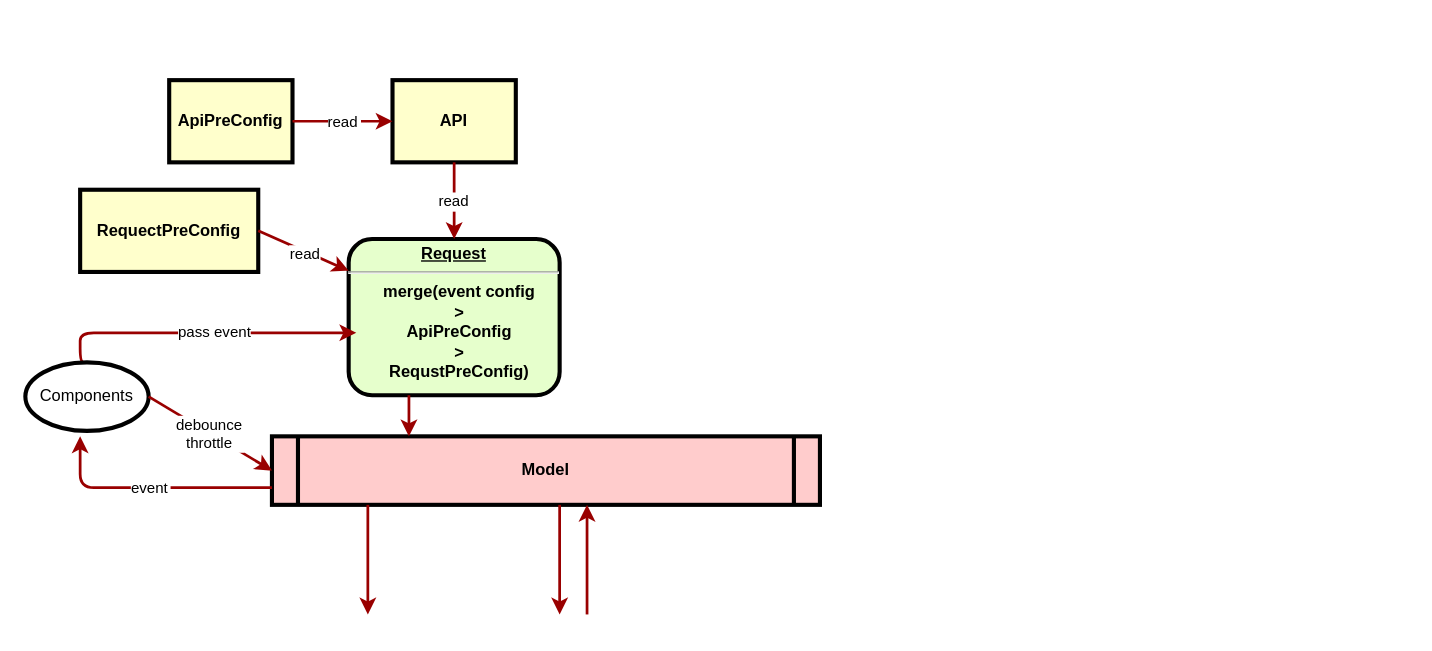
The draw.io diagram 脚手架设计图.drawio in zonewancheng/diagrames, before the edit. Source tidied: cells renumbered, new cells numbered last; positions are measured from the earlier drawing's top-left corner, leaving out a move shared by most shapes. Both pictures are drawn from the tidied source at 137%, with x=0, y=0 at pixel (11, 79).
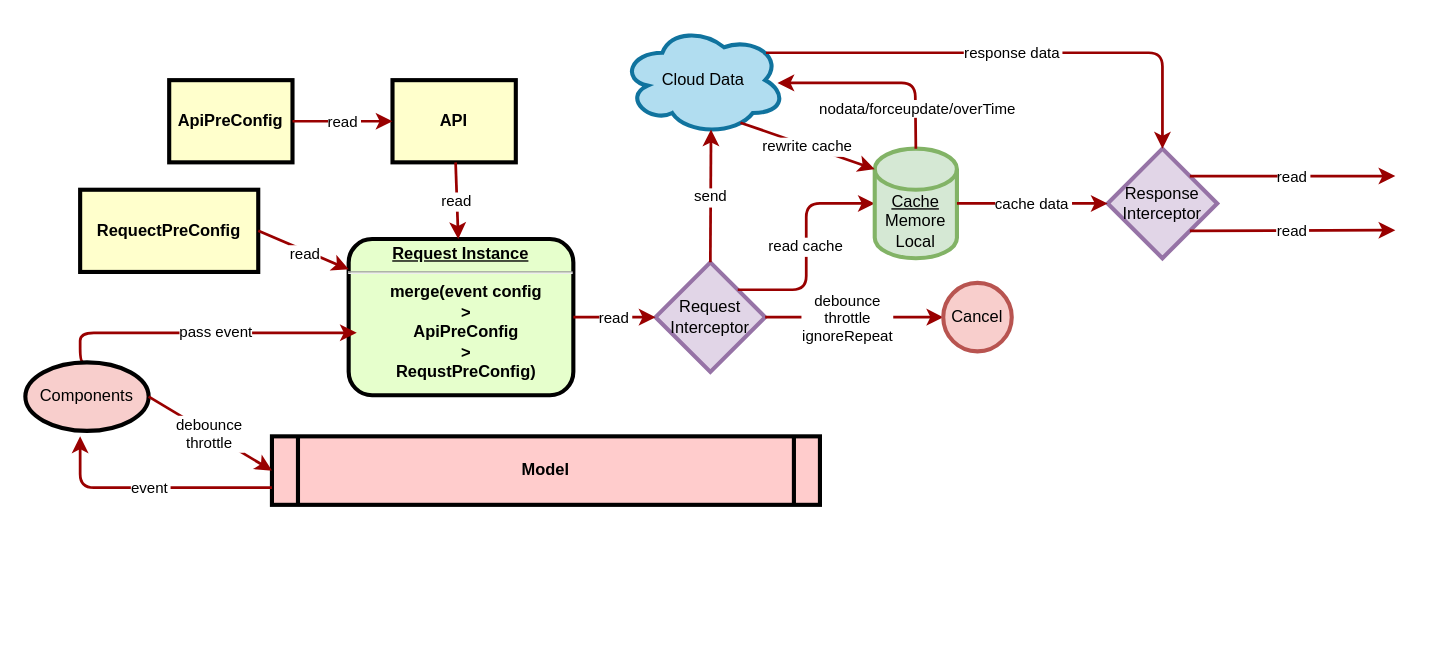
After the change.

Commit message (it also covers changes not shown here):
更新脚手架设计图.drawio

Unchanged cells that the change refers to:
```xml
<mxCell id="5" value="Model" style="shape=process;whiteSpace=wrap;align=center;verticalAlign=middle;size=0.0475;fontStyle=1;strokeWidth=3;fillColor=#FFCCCC;" parent="1" vertex="1">
  <mxGeometry x="190" y="260" width="400" height="50" as="geometry" />
</mxCell>
```

Diff of the diagram source:
```diff
@@
-    <mxCell id="2" value="&lt;p style=&quot;margin: 0px; margin-top: 4px; text-align: center; text-decoration: underline;&quot;&gt;&lt;strong&gt;Request&lt;br&gt;&lt;/strong&gt;&lt;/p&gt;&lt;hr&gt;&lt;p style=&quot;margin: 0px; margin-left: 8px;&quot;&gt;merge(event config&lt;/p&gt;&lt;p style=&quot;margin: 0px; margin-left: 8px;&quot;&gt;&amp;gt;&lt;/p&gt;&lt;p style=&quot;margin: 0px; margin-left: 8px;&quot;&gt;ApiPreConfig&lt;/p&gt;&lt;p style=&quot;margin: 0px; margin-left: 8px;&quot;&gt;&amp;gt;&lt;/p&gt;&lt;p style=&quot;margin: 0px; margin-left: 8px;&quot;&gt;RequstPreConfig)&lt;/p&gt;" style="verticalAlign=middle;align=center;overflow=fill;fontSize=12;fontFamily=Helvetica;html=1;rounded=1;fontStyle=1;strokeWidth=3;fillColor=#E6FFCC;" parent="1" vertex="1">
-      <mxGeometry x="246" y="116" width="154" height="114" as="geometry" />
+    <mxCell id="2" value="&lt;p style=&quot;margin: 0px; margin-top: 4px; text-align: center; text-decoration: underline;&quot;&gt;&lt;strong&gt;Request Instance&lt;br&gt;&lt;/strong&gt;&lt;/p&gt;&lt;hr&gt;&lt;p style=&quot;margin: 0px; margin-left: 8px;&quot;&gt;merge(event config&lt;/p&gt;&lt;p style=&quot;margin: 0px; margin-left: 8px;&quot;&gt;&amp;gt;&lt;/p&gt;&lt;p style=&quot;margin: 0px; margin-left: 8px;&quot;&gt;ApiPreConfig&lt;/p&gt;&lt;p style=&quot;margin: 0px; margin-left: 8px;&quot;&gt;&amp;gt;&lt;/p&gt;&lt;p style=&quot;margin: 0px; margin-left: 8px;&quot;&gt;RequstPreConfig)&lt;/p&gt;" style="verticalAlign=middle;align=center;overflow=fill;fontSize=12;fontFamily=Helvetica;html=1;rounded=1;fontStyle=1;strokeWidth=3;fillColor=#E6FFCC;" parent="1" vertex="1">
+      <mxGeometry x="246" y="116" width="164" height="114" as="geometry" />
     </mxCell>
@@
-    <mxCell id="11" style="edgeStyle=elbowEdgeStyle;elbow=horizontal;strokeColor=#990000;strokeWidth=2;" parent="1" edge="1" source="2" target="5">
-      <mxGeometry relative="1" as="geometry">
-        <Array as="points">
-          <mxPoint x="290" y="240" />
-        </Array>
-      </mxGeometry>
-    </mxCell>
-    <mxCell id="12" style="edgeStyle=elbowEdgeStyle;elbow=horizontal;strokeColor=#990000;strokeWidth=2;" parent="1" edge="1" source="5">
-      <mxGeometry relative="1" as="geometry">
-        <mxPoint x="400" y="390" as="targetPoint" />
-        <Array as="points">
-          <mxPoint x="400" y="350" />
-        </Array>
-      </mxGeometry>
-    </mxCell>
-    <mxCell id="13" style="edgeStyle=elbowEdgeStyle;elbow=horizontal;strokeColor=#990000;strokeWidth=2;" parent="1" edge="1" target="5">
-      <mxGeometry relative="1" as="geometry">
-        <mxPoint x="420" y="390" as="sourcePoint" />
-        <Array as="points">
-          <mxPoint x="420" y="350" />
-        </Array>
-      </mxGeometry>
-    </mxCell>
-    <mxCell id="14" style="edgeStyle=elbowEdgeStyle;elbow=horizontal;strokeColor=#990000;strokeWidth=2;" parent="1" edge="1" source="5">
-      <mxGeometry relative="1" as="geometry">
-        <mxPoint x="260" y="390" as="targetPoint" />
-        <Array as="points">
-          <mxPoint x="260" y="350" />
-        </Array>
-      </mxGeometry>
-    </mxCell>
@@
-    <mxCell id="17" value="Components" style="ellipse;whiteSpace=wrap;html=1;strokeWidth=3;" parent="1" vertex="1">
+    <mxCell id="17" value="Components" style="ellipse;whiteSpace=wrap;html=1;strokeWidth=3;fillColor=#f8cecc;strokeColor=#000000;" parent="1" vertex="1">
       <mxGeometry x="10" y="206" width="90" height="50" as="geometry" />
     </mxCell>
@@
+    <mxCell id="20" value="Cloud Data" style="ellipse;shape=cloud;whiteSpace=wrap;html=1;strokeColor=#10739e;strokeWidth=3;fillColor=#b1ddf0;" parent="1" vertex="1">
+      <mxGeometry x="445" y="-40" width="120" height="80" as="geometry" />
+    </mxCell>
+    <mxCell id="21" value="Request&lt;br&gt;Interceptor" style="rhombus;whiteSpace=wrap;html=1;strokeColor=#9673a6;strokeWidth=3;fillColor=#e1d5e7;" parent="1" vertex="1">
+      <mxGeometry x="470" y="133" width="80" height="80" as="geometry" />
+    </mxCell>
+    <mxCell id="22" value="read" style="edgeStyle=none;noEdgeStyle=1;strokeColor=#990000;strokeWidth=2;entryX=0;entryY=0.5;entryDx=0;entryDy=0;" parent="1" edge="1" target="21">
+      <mxGeometry relative="1" as="geometry">
+        <mxPoint x="410" y="173" as="sourcePoint" />
+      </mxGeometry>
+    </mxCell>
+    <mxCell id="23" value="send" style="edgeStyle=elbowEdgeStyle;elbow=horizontal;strokeColor=#990000;strokeWidth=2;exitX=0.5;exitY=0;exitDx=0;exitDy=0;entryX=0.55;entryY=0.95;entryDx=0;entryDy=0;entryPerimeter=0;" parent="1" edge="1" source="21" target="20">
+      <mxGeometry relative="1" as="geometry">
+        <Array as="points">
+          <mxPoint x="510.5" y="100" />
+        </Array>
+      </mxGeometry>
+    </mxCell>
+    <mxCell id="24" style="edgeStyle=elbowEdgeStyle;elbow=horizontal;strokeColor=#990000;strokeWidth=2;exitX=1;exitY=0.5;exitDx=0;exitDy=0;entryX=0;entryY=0.5;entryDx=0;entryDy=0;" parent="1" edge="1" source="21" target="26">
+      <mxGeometry relative="1" as="geometry">
+        <Array as="points">
+          <mxPoint x="620" y="190" />
+        </Array>
+      </mxGeometry>
+    </mxCell>
+    <mxCell id="25" value="debounce&lt;br&gt;throttle&lt;br&gt;ignoreRepeat" style="edgeLabel;html=1;align=center;verticalAlign=middle;" parent="24" vertex="1">
+      <mxGeometry x="-0.09" y="1" relative="1" as="geometry">
+        <mxPoint y="1" as="offset" />
+      </mxGeometry>
+    </mxCell>
+    <mxCell id="26" value="Cancel" style="ellipse;whiteSpace=wrap;html=1;strokeColor=#b85450;strokeWidth=3;fillColor=#f8cecc;" parent="1" vertex="1">
+      <mxGeometry x="680" y="148" width="50" height="50" as="geometry" />
+    </mxCell>
+    <mxCell id="27" value="read cache" style="edgeStyle=elbowEdgeStyle;elbow=horizontal;strokeColor=#990000;strokeWidth=2;exitX=1;exitY=0;exitDx=0;exitDy=0;entryX=0;entryY=0.5;entryDx=0;entryDy=0;entryPerimeter=0;" parent="1" edge="1" source="21" target="28">
+      <mxGeometry relative="1" as="geometry">
+        <Array as="points">
+          <mxPoint x="580" y="120" />
+          <mxPoint x="620" y="130" />
+          <mxPoint x="560" y="150" />
+          <mxPoint x="580" y="140" />
+        </Array>
+      </mxGeometry>
+    </mxCell>
+    <mxCell id="28" value="&lt;u&gt;Cache&lt;/u&gt;&lt;br&gt;Memore&lt;br&gt;Local" style="shape=cylinder3;whiteSpace=wrap;html=1;boundedLbl=1;backgroundOutline=1;size=15;strokeColor=#82b366;strokeWidth=3;fillColor=#d5e8d4;" parent="1" vertex="1">
+      <mxGeometry x="630" y="50" width="60" height="80" as="geometry" />
+    </mxCell>
+    <mxCell id="29" value="Response&lt;br&gt;Interceptor" style="rhombus;whiteSpace=wrap;html=1;strokeColor=#9673a6;strokeWidth=3;fillColor=#e1d5e7;" parent="1" vertex="1">
+      <mxGeometry x="800" y="50" width="80" height="80" as="geometry" />
+    </mxCell>
+    <mxCell id="30" style="edgeStyle=elbowEdgeStyle;elbow=horizontal;strokeColor=#990000;strokeWidth=2;entryX=0.95;entryY=0.525;entryDx=0;entryDy=0;entryPerimeter=0;exitX=0.5;exitY=0;exitDx=0;exitDy=0;exitPerimeter=0;" parent="1" edge="1" source="28" target="20">
+      <mxGeometry relative="1" as="geometry">
+        <Array as="points">
+          <mxPoint x="659.5" y="30" />
+        </Array>
+      </mxGeometry>
+    </mxCell>
+    <mxCell id="31" value="nodata/forceupdate/overTime" style="edgeLabel;html=1;align=center;verticalAlign=middle;" parent="30" vertex="1">
+      <mxGeometry x="0.45" relative="1" as="geometry">
+        <mxPoint x="60" y="18" as="offset" />
+      </mxGeometry>
+    </mxCell>
+    <mxCell id="32" value="cache data" style="edgeStyle=none;noEdgeStyle=1;strokeColor=#990000;strokeWidth=2;exitX=1;exitY=0.5;exitDx=0;exitDy=0;exitPerimeter=0;entryX=0;entryY=0.5;entryDx=0;entryDy=0;" parent="1" edge="1" source="28" target="29">
+      <mxGeometry relative="1" as="geometry" />
+    </mxCell>
+    <mxCell id="33" value="response data" style="edgeStyle=none;noEdgeStyle=1;strokeColor=#990000;strokeWidth=2;exitX=0.88;exitY=0.25;exitDx=0;exitDy=0;exitPerimeter=0;entryX=0.5;entryY=0;entryDx=0;entryDy=0;" parent="1" edge="1" source="20" target="29">
+      <mxGeometry relative="1" as="geometry">
+        <Array as="points">
+          <mxPoint x="840" y="-20" />
+          <mxPoint x="840" />
+        </Array>
+      </mxGeometry>
+    </mxCell>
+    <mxCell id="34" value="read" style="edgeStyle=none;noEdgeStyle=1;strokeColor=#990000;strokeWidth=2;exitX=1;exitY=0;exitDx=0;exitDy=0;" parent="1" edge="1" source="29">
+      <mxGeometry relative="1" as="geometry">
+        <mxPoint x="1010" y="70" as="targetPoint" />
+      </mxGeometry>
+    </mxCell>
+    <mxCell id="35" value="read" style="edgeStyle=none;noEdgeStyle=1;strokeColor=#990000;strokeWidth=2;exitX=1;exitY=1;exitDx=0;exitDy=0;" parent="1" edge="1" source="29">
+      <mxGeometry relative="1" as="geometry">
+        <mxPoint x="1010" y="109.5" as="targetPoint" />
+      </mxGeometry>
+    </mxCell>
+    <mxCell id="36" value="rewrite cache" style="edgeStyle=none;noEdgeStyle=1;strokeColor=#990000;strokeWidth=2;exitX=0.725;exitY=0.888;exitDx=0;exitDy=0;exitPerimeter=0;entryX=0;entryY=0;entryDx=0;entryDy=15;entryPerimeter=0;" parent="1" edge="1" source="20" target="28">
+      <mxGeometry relative="1" as="geometry" />
+    </mxCell>
```
